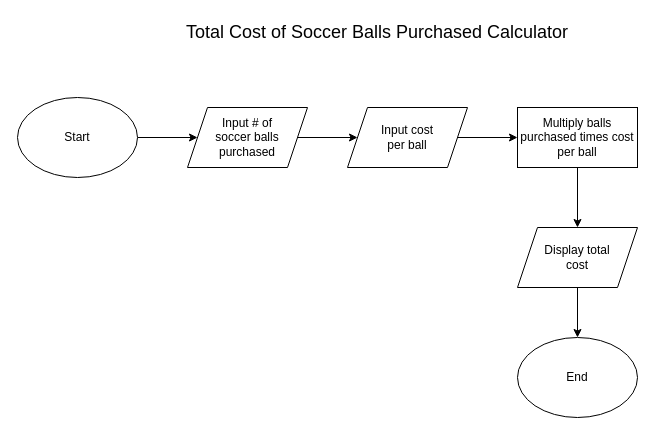
This is C++/Fundamentals/1. Simple Calculators/2. Soccer Balls/soccerBallFlowchart.drawio from darioGerussi/exploration, a draw.io file, before an edit. Source tidied: cells renumbered, new cells numbered last; positions are measured from the earlier drawing's top-left corner, leaving out a move shared by most shapes. Both pictures are drawn from the tidied source at 100%, with x=0, y=0 at pixel (17, 17).
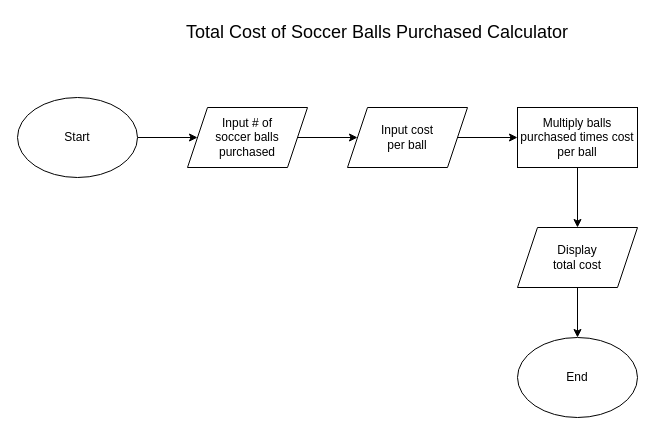
The same page after the edit.

Commit message (it also covers changes not shown here):
Update flowcharts for C++ simple calculators

What changed in the source:
```diff
@@
 <mxGraphModel>
   <root>
     <mxCell id="0" />
     <mxCell id="1" parent="0" />
     <mxCell id="2" style="edgeStyle=orthogonalEdgeStyle;rounded=0;jettySize=auto;html=1;entryX=0;entryY=0.5;entryDx=0;entryDy=0;fontSize=12;" parent="1" edge="1" source="3" target="5">
       <mxGeometry relative="1" as="geometry" />
     </mxCell>
     <mxCell id="3" value="Start" style="ellipse;whiteSpace=wrap;html=1;" parent="1" vertex="1">
       <mxGeometry y="80" width="120" height="80" as="geometry" />
     </mxCell>
     <mxCell id="4" style="edgeStyle=orthogonalEdgeStyle;rounded=0;jettySize=auto;html=1;entryX=0;entryY=0.5;entryDx=0;entryDy=0;fontSize=12;" parent="1" edge="1" source="5" target="7">
       <mxGeometry relative="1" as="geometry" />
     </mxCell>
     <mxCell id="5" value="&lt;div&gt;Input # of &lt;br&gt;&lt;/div&gt;&lt;div&gt;soccer balls &lt;br&gt;&lt;/div&gt;&lt;div&gt;purchased&lt;br&gt;&lt;/div&gt;" style="shape=parallelogram;perimeter=parallelogramPerimeter;whiteSpace=wrap;html=1;fixedSize=1;fontSize=12;" parent="1" vertex="1">
       <mxGeometry x="170" y="90" width="120" height="60" as="geometry" />
     </mxCell>
     <mxCell id="6" style="edgeStyle=orthogonalEdgeStyle;rounded=0;jettySize=auto;html=1;fontSize=12;" parent="1" edge="1" source="7" target="9">
       <mxGeometry relative="1" as="geometry" />
     </mxCell>
     <mxCell id="7" value="&lt;div&gt;Input cost&lt;/div&gt;&lt;div&gt;per ball&lt;br&gt;&lt;/div&gt;" style="shape=parallelogram;perimeter=parallelogramPerimeter;whiteSpace=wrap;html=1;fixedSize=1;fontSize=12;" parent="1" vertex="1">
       <mxGeometry x="330" y="90" width="120" height="60" as="geometry" />
     </mxCell>
     <mxCell id="8" style="edgeStyle=orthogonalEdgeStyle;rounded=0;jettySize=auto;html=1;entryX=0.5;entryY=0;entryDx=0;entryDy=0;fontSize=12;" parent="1" edge="1" source="9" target="11">
       <mxGeometry relative="1" as="geometry" />
     </mxCell>
     <mxCell id="9" value="Multiply balls purchased times cost per ball" style="rounded=0;whiteSpace=wrap;html=1;fontSize=12;" parent="1" vertex="1">
       <mxGeometry x="500" y="90" width="120" height="60" as="geometry" />
     </mxCell>
     <mxCell id="10" style="edgeStyle=orthogonalEdgeStyle;rounded=0;jettySize=auto;html=1;entryX=0.5;entryY=0;entryDx=0;entryDy=0;fontSize=12;" parent="1" edge="1" source="11" target="12">
       <mxGeometry relative="1" as="geometry" />
     </mxCell>
-    <mxCell id="11" value="&lt;div&gt;Display total&lt;/div&gt;&lt;div&gt;cost&lt;br&gt;&lt;/div&gt;" style="shape=parallelogram;perimeter=parallelogramPerimeter;whiteSpace=wrap;html=1;fixedSize=1;fontSize=12;" parent="1" vertex="1">
+    <mxCell id="11" value="&lt;div&gt;Display&lt;/div&gt;&lt;div&gt;total cost&lt;/div&gt;" style="shape=parallelogram;perimeter=parallelogramPerimeter;whiteSpace=wrap;html=1;fixedSize=1;fontSize=12;" parent="1" vertex="1">
       <mxGeometry x="500" y="210" width="120" height="60" as="geometry" />
     </mxCell>
     <mxCell id="12" value="End" style="ellipse;whiteSpace=wrap;html=1;fontSize=12;" parent="1" vertex="1">
       <mxGeometry x="500" y="320" width="120" height="80" as="geometry" />
     </mxCell>
     <mxCell id="13" value="&lt;font style=&quot;font-size: 18px&quot;&gt;Total Cost of Soccer Balls Purchased Calculator&lt;/font&gt;" style="text;html=1;strokeColor=none;fillColor=none;align=center;verticalAlign=middle;whiteSpace=wrap;rounded=0;fontSize=12;" parent="1" vertex="1">
       <mxGeometry x="160" width="400" height="30" as="geometry" />
     </mxCell>
   </root>
 </mxGraphModel>
```
